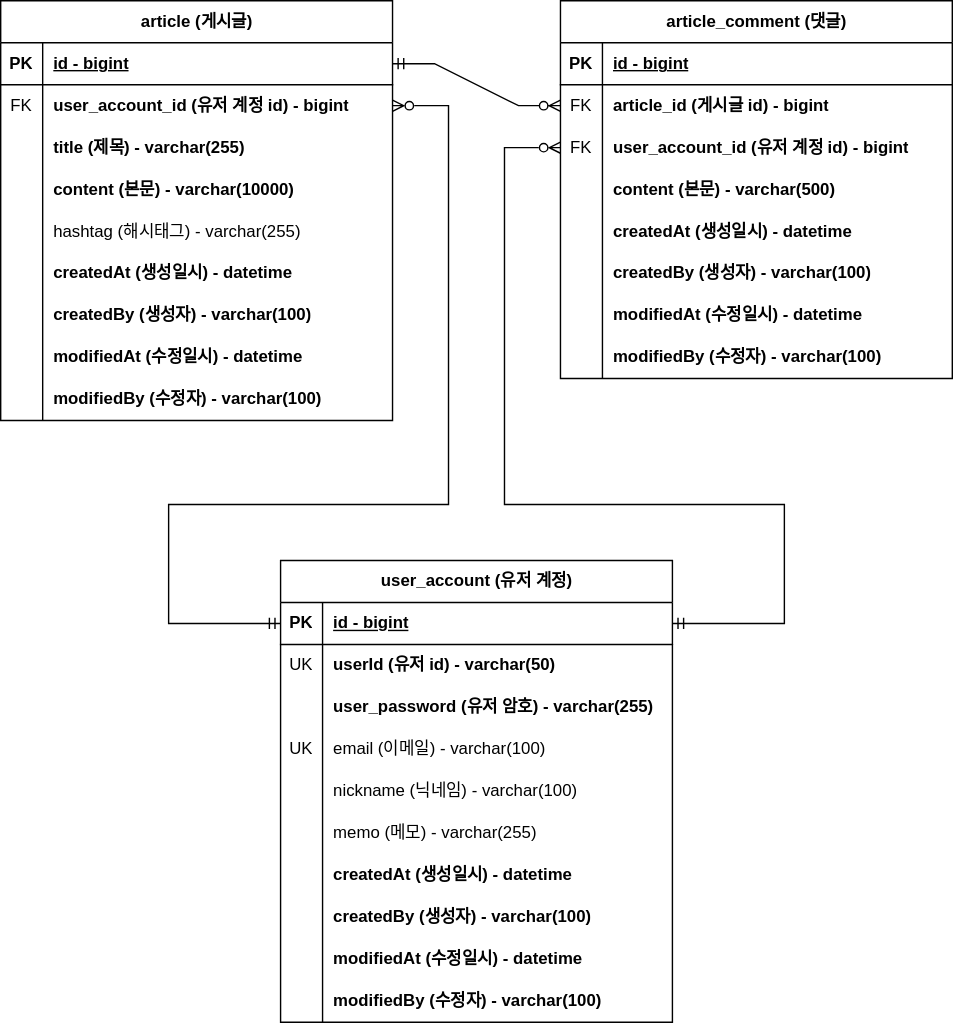
rugii913/fstcmpSpringProject keeps this draw.io diagram as document/project-board-erd.svg. Above is the earlier version. Source tidied: cells renumbered, new cells last; positions are measured from the earlier drawing's top-left corner, leaving out a move shared by most shapes.
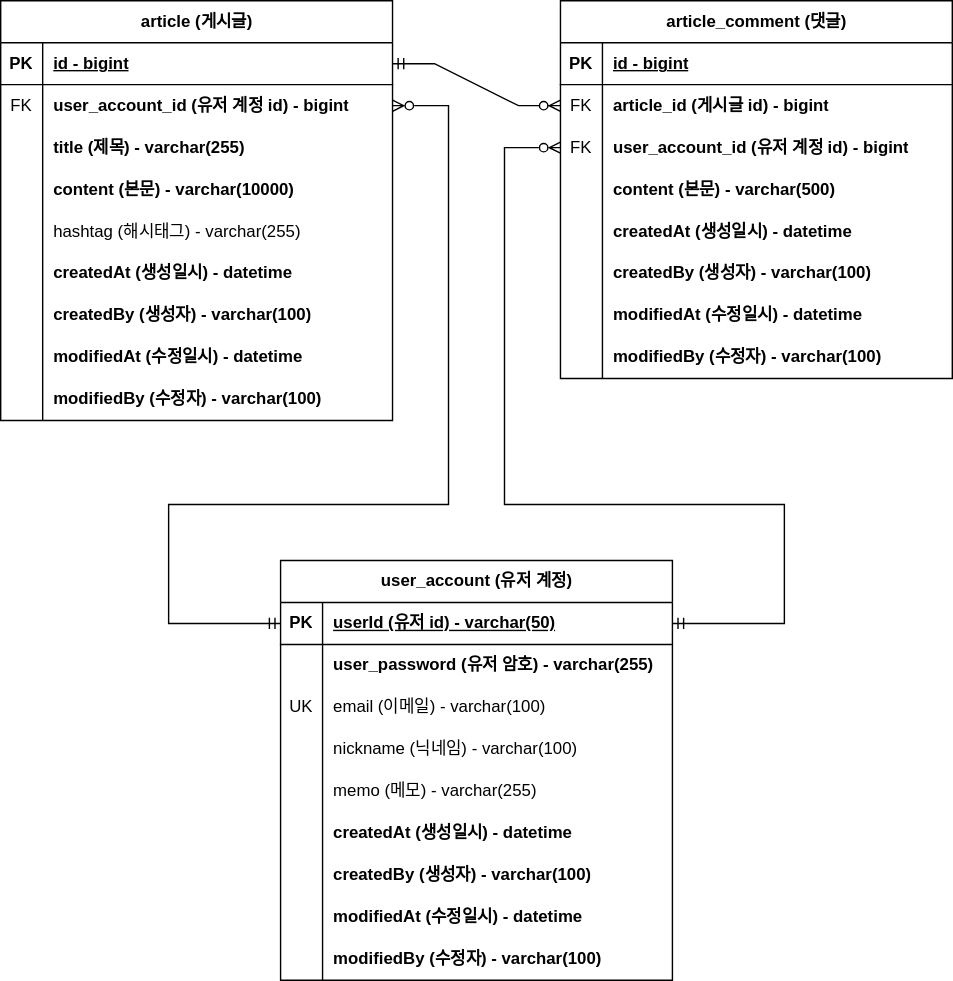
The same diagram one commit later.

Commit message:
p2 #42-ERD 문서 수정: 회원 계정 user_id 를 PK 로 변경

ㅁ회원 계정(user_account) 기존 `id` 를 삭제하고 `user_id`를 pk로 변경하는 내용을 다이어그램으로 표현하여 수정

Diff of the diagram source:
```diff
@@ -165,7 +165,7 @@
       <mxGeometry relative="1" as="geometry" />
     </mxCell>
     <mxCell id="56" value="user_account (유저 계정)" style="shape=table;startSize=30;rowLines=0;fontStyle=1;align=center;html=1;" parent="1" vertex="1">
-      <mxGeometry x="200" y="400" width="280" height="330" as="geometry" />
+      <mxGeometry x="200" y="400" width="280" height="300" as="geometry" />
     </mxCell>
     <mxCell id="57" style="shape=tableRow;horizontal=0;startSize=0;swimlaneHead=0;swimlaneBody=0;fillColor=none;points=[[0,0.5],[1,0.5]];portConstraint=eastwest;top=0;left=0;right=0;bottom=1;" parent="56" vertex="1">
       <mxGeometry y="30" width="280" height="30" as="geometry" />
@@ -173,20 +173,11 @@
     <mxCell id="58" value="PK" style="shape=partialRectangle;fillColor=none;top=0;left=0;bottom=0;right=0;fontStyle=1;overflow=hidden;whiteSpace=wrap;html=1;" parent="57" vertex="1">
       <mxGeometry width="30" height="30" as="geometry" />
     </mxCell>
-    <mxCell id="59" value="id - bigint" style="shape=partialRectangle;fillColor=none;top=0;left=0;bottom=0;right=0;align=left;spacingLeft=6;fontStyle=5;overflow=hidden;whiteSpace=wrap;html=1;" parent="57" vertex="1">
+    <mxCell id="59" value="userId (유저 id) - varchar(50)" style="shape=partialRectangle;fillColor=none;top=0;left=0;bottom=0;right=0;align=left;spacingLeft=6;fontStyle=5;overflow=hidden;whiteSpace=wrap;html=1;" parent="57" vertex="1">
       <mxGeometry x="30" width="250" height="30" as="geometry" />
     </mxCell>
-    <mxCell id="60" style="shape=tableRow;horizontal=0;startSize=0;swimlaneHead=0;swimlaneBody=0;fillColor=none;top=0;left=0;right=0;bottom=0;" parent="56" vertex="1">
-      <mxGeometry y="60" width="280" height="30" as="geometry" />
-    </mxCell>
-    <mxCell id="61" value="UK" style="shape=partialRectangle;fillColor=none;top=0;left=0;bottom=0;right=0;overflow=hidden;whiteSpace=wrap;html=1;" parent="60" vertex="1">
-      <mxGeometry width="30" height="30" as="geometry" />
-    </mxCell>
-    <mxCell id="62" value="userId (유저 id) - varchar(50)" style="shape=partialRectangle;fillColor=none;top=0;left=0;bottom=0;right=0;align=left;spacingLeft=6;overflow=hidden;whiteSpace=wrap;html=1;fontStyle=1;" parent="60" vertex="1">
-      <mxGeometry x="30" width="250" height="30" as="geometry" />
-    </mxCell>
     <mxCell id="63" style="shape=tableRow;horizontal=0;startSize=0;swimlaneHead=0;swimlaneBody=0;fillColor=none;top=0;left=0;right=0;bottom=0;" parent="56" vertex="1">
-      <mxGeometry y="90" width="280" height="30" as="geometry" />
+      <mxGeometry y="60" width="280" height="30" as="geometry" />
     </mxCell>
     <mxCell id="64" style="shape=partialRectangle;fillColor=none;top=0;left=0;bottom=0;right=0;overflow=hidden;whiteSpace=wrap;html=1;" parent="63" vertex="1">
       <mxGeometry width="30" height="30" as="geometry" />
@@ -195,7 +186,7 @@
       <mxGeometry x="30" width="250" height="30" as="geometry" />
     </mxCell>
     <mxCell id="66" style="shape=tableRow;horizontal=0;startSize=0;swimlaneHead=0;swimlaneBody=0;fillColor=none;top=0;left=0;right=0;bottom=0;" parent="56" vertex="1">
-      <mxGeometry y="120" width="280" height="30" as="geometry" />
+      <mxGeometry y="90" width="280" height="30" as="geometry" />
     </mxCell>
     <mxCell id="67" value="UK" style="shape=partialRectangle;fillColor=none;top=0;left=0;bottom=0;right=0;overflow=hidden;whiteSpace=wrap;html=1;" parent="66" vertex="1">
       <mxGeometry width="30" height="30" as="geometry" />
@@ -204,7 +195,7 @@
       <mxGeometry x="30" width="250" height="30" as="geometry" />
     </mxCell>
     <mxCell id="69" style="shape=tableRow;horizontal=0;startSize=0;swimlaneHead=0;swimlaneBody=0;fillColor=none;top=0;left=0;right=0;bottom=0;" parent="56" vertex="1">
-      <mxGeometry y="150" width="280" height="30" as="geometry" />
+      <mxGeometry y="120" width="280" height="30" as="geometry" />
     </mxCell>
     <mxCell id="70" style="shape=partialRectangle;fillColor=none;top=0;left=0;bottom=0;right=0;overflow=hidden;whiteSpace=wrap;html=1;" parent="69" vertex="1">
       <mxGeometry width="30" height="30" as="geometry" />
@@ -213,7 +204,7 @@
       <mxGeometry x="30" width="250" height="30" as="geometry" />
     </mxCell>
     <mxCell id="72" style="shape=tableRow;horizontal=0;startSize=0;swimlaneHead=0;swimlaneBody=0;fillColor=none;top=0;left=0;right=0;bottom=0;" parent="56" vertex="1">
-      <mxGeometry y="180" width="280" height="30" as="geometry" />
+      <mxGeometry y="150" width="280" height="30" as="geometry" />
     </mxCell>
     <mxCell id="73" style="shape=partialRectangle;fillColor=none;top=0;left=0;bottom=0;right=0;overflow=hidden;whiteSpace=wrap;html=1;" parent="72" vertex="1">
       <mxGeometry width="30" height="30" as="geometry" />
@@ -222,7 +213,7 @@
       <mxGeometry x="30" width="250" height="30" as="geometry" />
     </mxCell>
     <mxCell id="75" style="shape=tableRow;horizontal=0;startSize=0;swimlaneHead=0;swimlaneBody=0;fillColor=none;top=0;left=0;right=0;bottom=0;" parent="56" vertex="1">
-      <mxGeometry y="210" width="280" height="30" as="geometry" />
+      <mxGeometry y="180" width="280" height="30" as="geometry" />
     </mxCell>
     <mxCell id="76" style="shape=partialRectangle;fillColor=none;top=0;left=0;bottom=0;right=0;overflow=hidden;whiteSpace=wrap;html=1;" parent="75" vertex="1">
       <mxGeometry width="30" height="30" as="geometry" />
@@ -231,7 +222,7 @@
       <mxGeometry x="30" width="250" height="30" as="geometry" />
     </mxCell>
     <mxCell id="78" style="shape=tableRow;horizontal=0;startSize=0;swimlaneHead=0;swimlaneBody=0;fillColor=none;top=0;left=0;right=0;bottom=0;" parent="56" vertex="1">
-      <mxGeometry y="240" width="280" height="30" as="geometry" />
+      <mxGeometry y="210" width="280" height="30" as="geometry" />
     </mxCell>
     <mxCell id="79" style="shape=partialRectangle;fillColor=none;top=0;left=0;bottom=0;right=0;overflow=hidden;whiteSpace=wrap;html=1;" parent="78" vertex="1">
       <mxGeometry width="30" height="30" as="geometry" />
@@ -240,7 +231,7 @@
       <mxGeometry x="30" width="250" height="30" as="geometry" />
     </mxCell>
     <mxCell id="81" style="shape=tableRow;horizontal=0;startSize=0;swimlaneHead=0;swimlaneBody=0;fillColor=none;top=0;left=0;right=0;bottom=0;" parent="56" vertex="1">
-      <mxGeometry y="270" width="280" height="30" as="geometry" />
+      <mxGeometry y="240" width="280" height="30" as="geometry" />
     </mxCell>
     <mxCell id="82" style="shape=partialRectangle;fillColor=none;top=0;left=0;bottom=0;right=0;overflow=hidden;whiteSpace=wrap;html=1;" parent="81" vertex="1">
       <mxGeometry width="30" height="30" as="geometry" />
@@ -249,7 +240,7 @@
       <mxGeometry x="30" width="250" height="30" as="geometry" />
     </mxCell>
     <mxCell id="84" style="shape=tableRow;horizontal=0;startSize=0;swimlaneHead=0;swimlaneBody=0;fillColor=none;top=0;left=0;right=0;bottom=0;" parent="56" vertex="1">
-      <mxGeometry y="300" width="280" height="30" as="geometry" />
+      <mxGeometry y="270" width="280" height="30" as="geometry" />
     </mxCell>
     <mxCell id="85" style="shape=partialRectangle;fillColor=none;top=0;left=0;bottom=0;right=0;overflow=hidden;whiteSpace=wrap;html=1;" parent="84" vertex="1">
       <mxGeometry width="30" height="30" as="geometry" />
```
